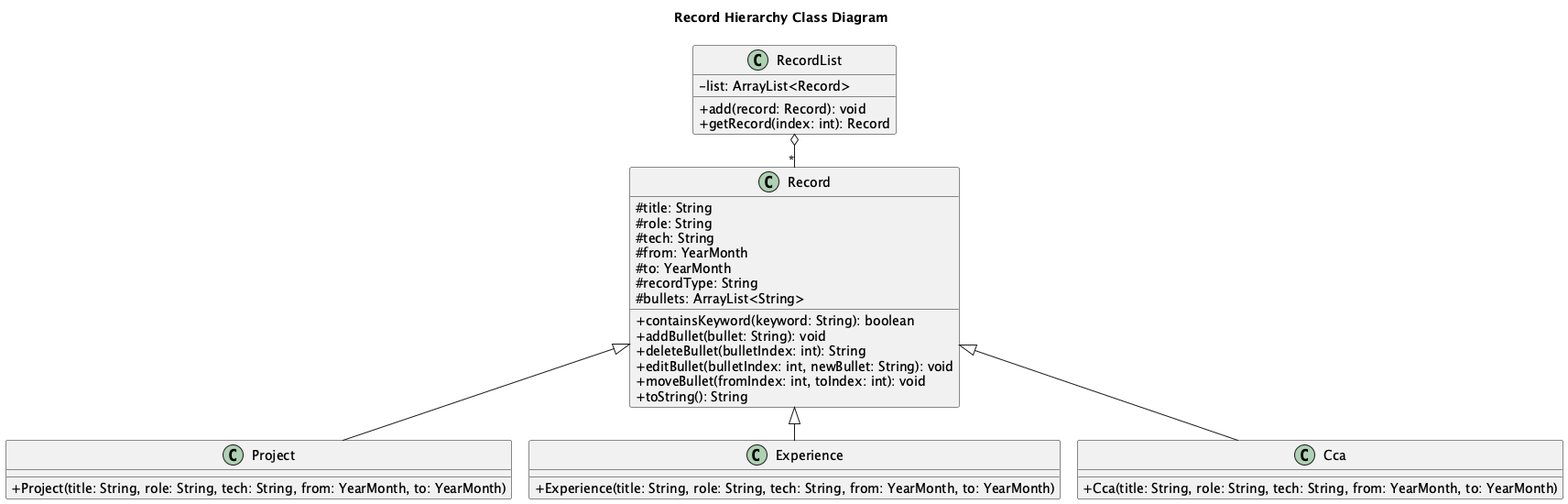
Before: docs/images/RecordHierarchyClassDiagram.png, a diagram exported from PlantUML (AY2526S2-CS2113-F09-2/tp). The source it was exported from:
```plantuml
@startuml
!pragma layout smetana
skinparam classAttributeIconSize 0

title Record Hierarchy Class Diagram

class Record {
  #title: String
  #role: String
  #tech: String
  #from: YearMonth
  #to: YearMonth
  #recordType: String
  #bullets: ArrayList<String>
  +containsKeyword(keyword: String): boolean
  +addBullet(bullet: String): void
  +deleteBullet(bulletIndex: int): String
  +editBullet(bulletIndex: int, newBullet: String): void
  +moveBullet(fromIndex: int, toIndex: int): void
  +toString(): String
}

class Project {
  +Project(title: String, role: String, tech: String, from: YearMonth, to: YearMonth)
}

class Experience {
  +Experience(title: String, role: String, tech: String, from: YearMonth, to: YearMonth)
}

class Cca {
  +Cca(title: String, role: String, tech: String, from: YearMonth, to: YearMonth)
}

class RecordList {
  -list: ArrayList<Record>
  +add(record: Record): void
  +getRecord(index: int): Record
}

Record <|-- Project
Record <|-- Experience
Record <|-- Cca
RecordList o-- "*" Record

@enduml
```
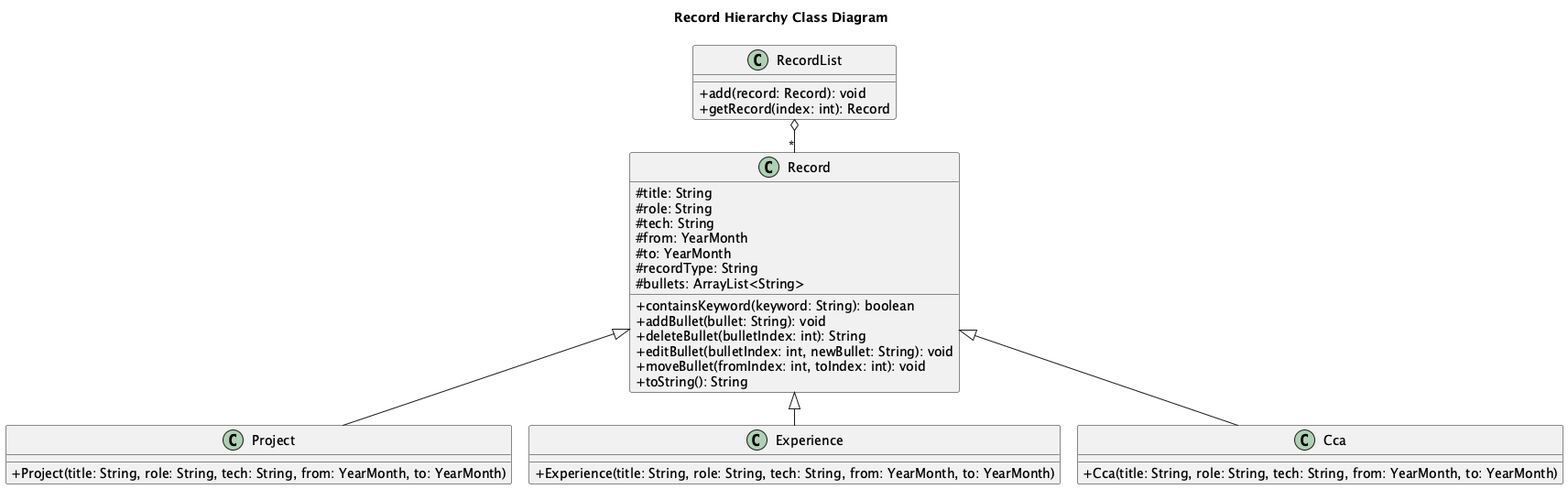
The same file after the commit.

The edit, as a diff of the source:
```diff
@@ -33,7 +33,6 @@
 }
 
 class RecordList {
-  -list: ArrayList<Record>
   +add(record: Record): void
   +getRecord(index: int): Record
 }
```
